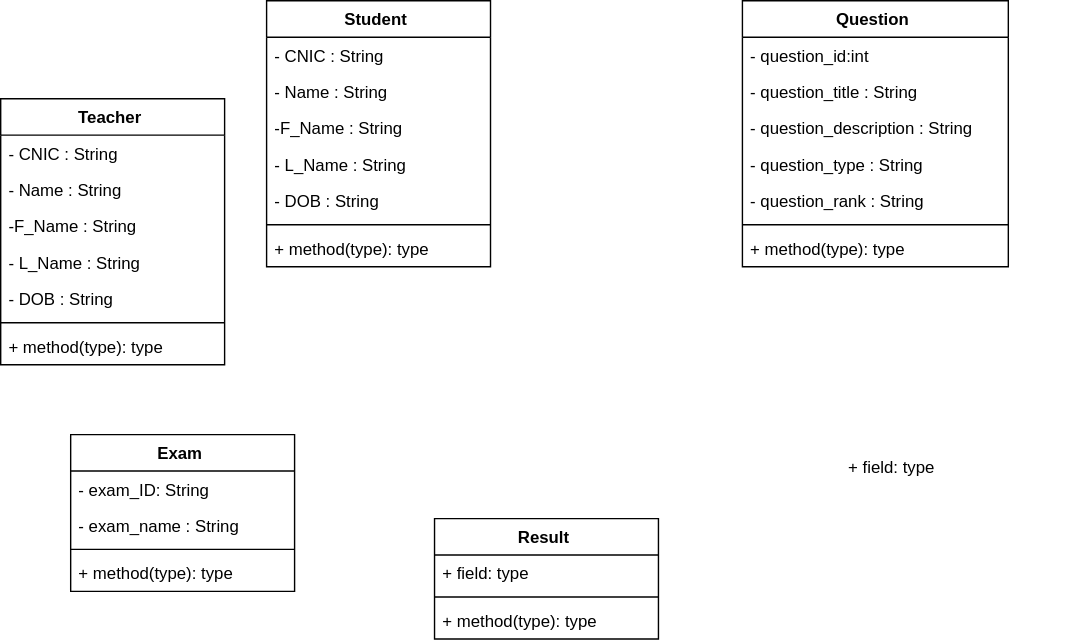
The draw.io diagram Class Diagram.drawio.svg in Zaeem6100/FYP-Documents, before a commit. Source tidied: cells renumbered, new cells last; positions are measured from the earlier drawing's top-left corner, leaving out a move shared by most shapes.
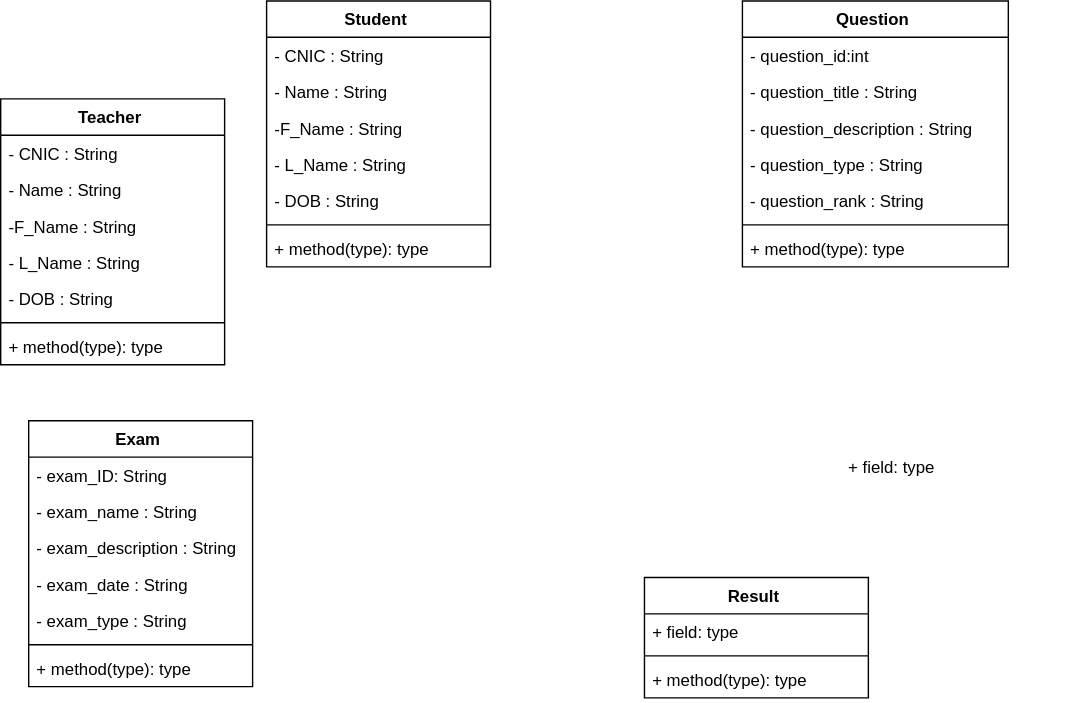
After the change.

Change to the diagram source:
```diff
@@ -54,7 +54,7 @@
       <mxGeometry y="164" width="160" height="26" as="geometry" />
     </mxCell>
     <mxCell id="19" value="Exam " style="swimlane;fontStyle=1;align=center;verticalAlign=top;horizontal=1;startSize=26;" parent="1" vertex="1">
-      <mxGeometry x="50" y="310" width="160" height="112" as="geometry" />
+      <mxGeometry x="20" y="300" width="160" height="190" as="geometry" />
     </mxCell>
     <mxCell id="20" value="- exam_ID: String" style="text;strokeColor=none;fillColor=none;align=left;verticalAlign=top;spacingLeft=4;spacingRight=4;overflow=hidden;" parent="19" vertex="1">
       <mxGeometry y="26" width="160" height="26" as="geometry" />
@@ -62,11 +62,20 @@
     <mxCell id="21" value="- exam_name : String" style="text;strokeColor=none;fillColor=none;align=left;verticalAlign=top;spacingLeft=4;spacingRight=4;overflow=hidden;" parent="19" vertex="1">
       <mxGeometry y="52" width="160" height="26" as="geometry" />
     </mxCell>
+    <mxCell id="36" value="- exam_description : String" style="text;strokeColor=none;fillColor=none;align=left;verticalAlign=top;spacingLeft=4;spacingRight=4;overflow=hidden;" parent="19" vertex="1">
+      <mxGeometry y="78" width="160" height="26" as="geometry" />
+    </mxCell>
+    <mxCell id="37" value="- exam_date : String" style="text;strokeColor=none;fillColor=none;align=left;verticalAlign=top;spacingLeft=4;spacingRight=4;overflow=hidden;" parent="19" vertex="1">
+      <mxGeometry y="104" width="160" height="26" as="geometry" />
+    </mxCell>
+    <mxCell id="38" value="- exam_type : String" style="text;strokeColor=none;fillColor=none;align=left;verticalAlign=top;spacingLeft=4;spacingRight=4;overflow=hidden;" parent="19" vertex="1">
+      <mxGeometry y="130" width="160" height="26" as="geometry" />
+    </mxCell>
     <mxCell id="22" style="line;strokeWidth=1;fillColor=none;align=left;verticalAlign=middle;spacingTop=-1;spacingLeft=3;spacingRight=3;labelPosition=right;" parent="19" vertex="1">
-      <mxGeometry y="78" width="160" height="8" as="geometry" />
+      <mxGeometry y="156" width="160" height="8" as="geometry" />
     </mxCell>
     <mxCell id="23" value="+ method(type): type" style="text;strokeColor=none;fillColor=none;align=left;verticalAlign=top;spacingLeft=4;spacingRight=4;overflow=hidden;" parent="19" vertex="1">
-      <mxGeometry y="86" width="160" height="26" as="geometry" />
+      <mxGeometry y="164" width="160" height="26" as="geometry" />
     </mxCell>
     <mxCell id="24" value="Question " style="swimlane;fontStyle=1;align=center;verticalAlign=top;horizontal=1;startSize=26;" parent="1" vertex="1">
       <mxGeometry x="530" width="190" height="190" as="geometry" />
@@ -93,7 +102,7 @@
       <mxGeometry y="164" width="190" height="26" as="geometry" />
     </mxCell>
     <mxCell id="32" value="Result " style="swimlane;fontStyle=1;align=center;verticalAlign=top;horizontal=1;startSize=26;" parent="1" vertex="1">
-      <mxGeometry x="310" y="370" width="160" height="86" as="geometry" />
+      <mxGeometry x="460" y="412" width="160" height="86" as="geometry" />
     </mxCell>
     <mxCell id="33" value="+ field: type" style="text;strokeColor=none;fillColor=none;align=left;verticalAlign=top;spacingLeft=4;spacingRight=4;overflow=hidden;" parent="32" vertex="1">
       <mxGeometry y="26" width="160" height="26" as="geometry" />
```
